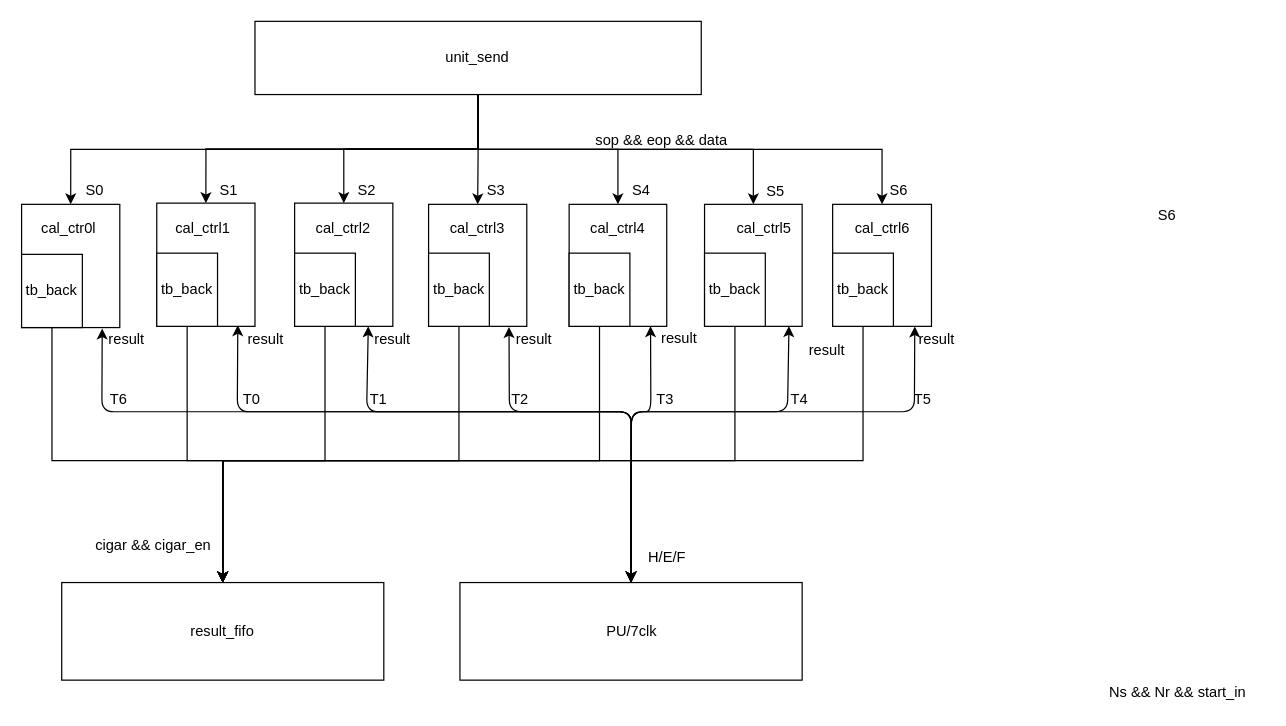
muguang123/drwaio keeps this draw.io diagram as page "流水线" (5 of 11) of FPGA_output.drawio. Above is the earlier version. Source tidied: cells renumbered, new cells numbered last; positions are measured from the earlier drawing's top-left corner, leaving out a move shared by most shapes. Both pictures are drawn from the tidied source at 122%, with x=0, y=0 at pixel (21, 21).
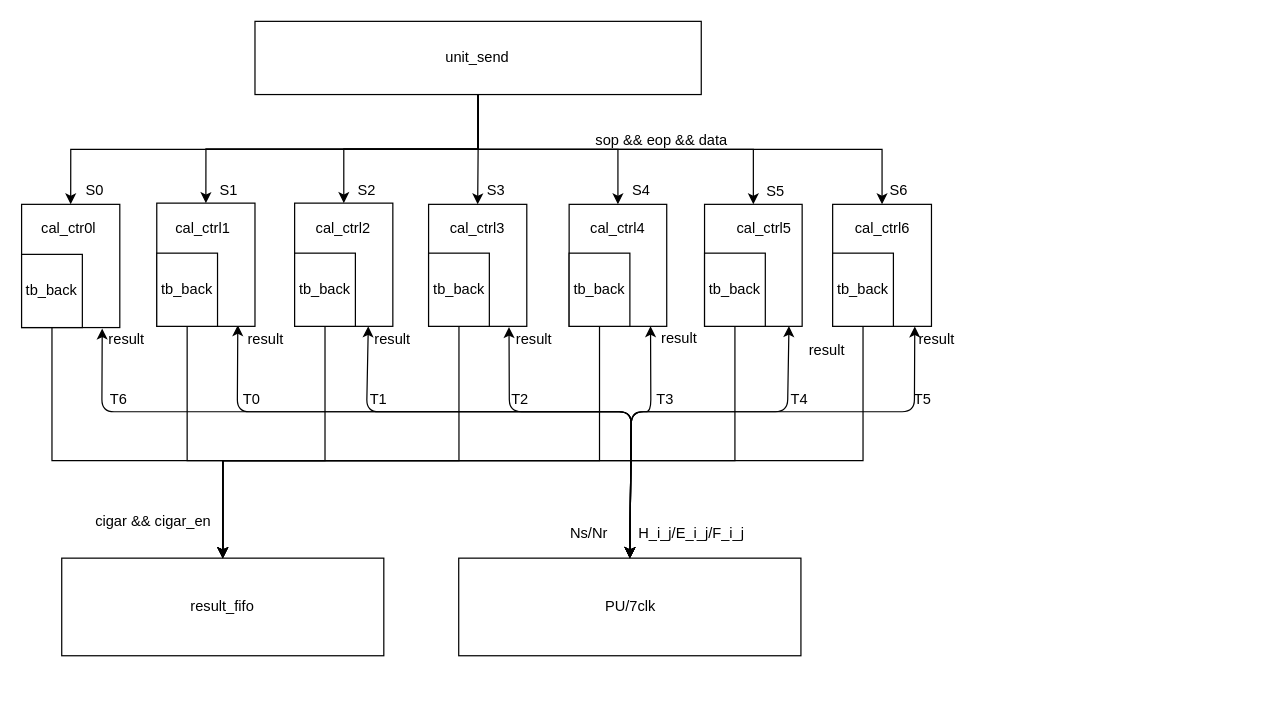
The same diagram, later.

What changed in the source:
```diff
@@
     <mxCell id="5" value="PU/7clk" style="rounded=0;whiteSpace=wrap;html=1;" parent="1" vertex="1">
-      <mxGeometry x="359.5" y="460" width="280.5" height="80" as="geometry" />
+      <mxGeometry x="358.5" y="440" width="280.5" height="80" as="geometry" />
     </mxCell>
@@
     <mxCell id="15" value="result_fifo" style="rounded=0;whiteSpace=wrap;html=1;" parent="1" vertex="1">
-      <mxGeometry x="33.1" y="460" width="264" height="80" as="geometry" />
+      <mxGeometry x="33.1" y="440" width="264" height="80" as="geometry" />
     </mxCell>
@@
-    <mxCell id="17" value="Ns &amp;amp;&amp;amp; Nr &amp;amp;&amp;amp; start_in" style="text;html=1;align=left;verticalAlign=top;spacingTop=-4;" parent="1" vertex="1">
-      <mxGeometry x="889.5" y="540" width="130" height="20" as="geometry" />
-    </mxCell>
     <mxCell id="18" value="cigar &amp;amp;&amp;amp; cigar_en" style="text;html=1;align=left;verticalAlign=top;spacingTop=-4;" parent="1" vertex="1">
-      <mxGeometry x="59" y="420" width="110" height="10" as="geometry" />
+      <mxGeometry x="59" y="400" width="110" height="10" as="geometry" />
     </mxCell>
@@
-    <mxCell id="25" value="S6" style="text;html=1;align=left;verticalAlign=top;spacingTop=-4;" parent="1" vertex="1">
-      <mxGeometry x="929.5" y="149" width="30" height="20" as="geometry" />
-    </mxCell>
@@
-    <mxCell id="40" value="H/E/F" style="text;html=1;align=center;verticalAlign=middle;" parent="1" vertex="1">
-      <mxGeometry x="503.5" y="430" width="50" height="20" as="geometry" />
+    <mxCell id="40" value="H_i_j/E_i_j/F_i_j" style="text;html=1;align=center;verticalAlign=middle;" parent="1" vertex="1">
+      <mxGeometry x="498.8" y="410" width="100" height="20" as="geometry" />
     </mxCell>
@@
+    <mxCell id="73" value="Ns/Nr" style="text;html=1;align=center;verticalAlign=middle;" parent="1" vertex="1">
+      <mxGeometry x="440" y="410" width="50" height="20" as="geometry" />
+    </mxCell>
```
